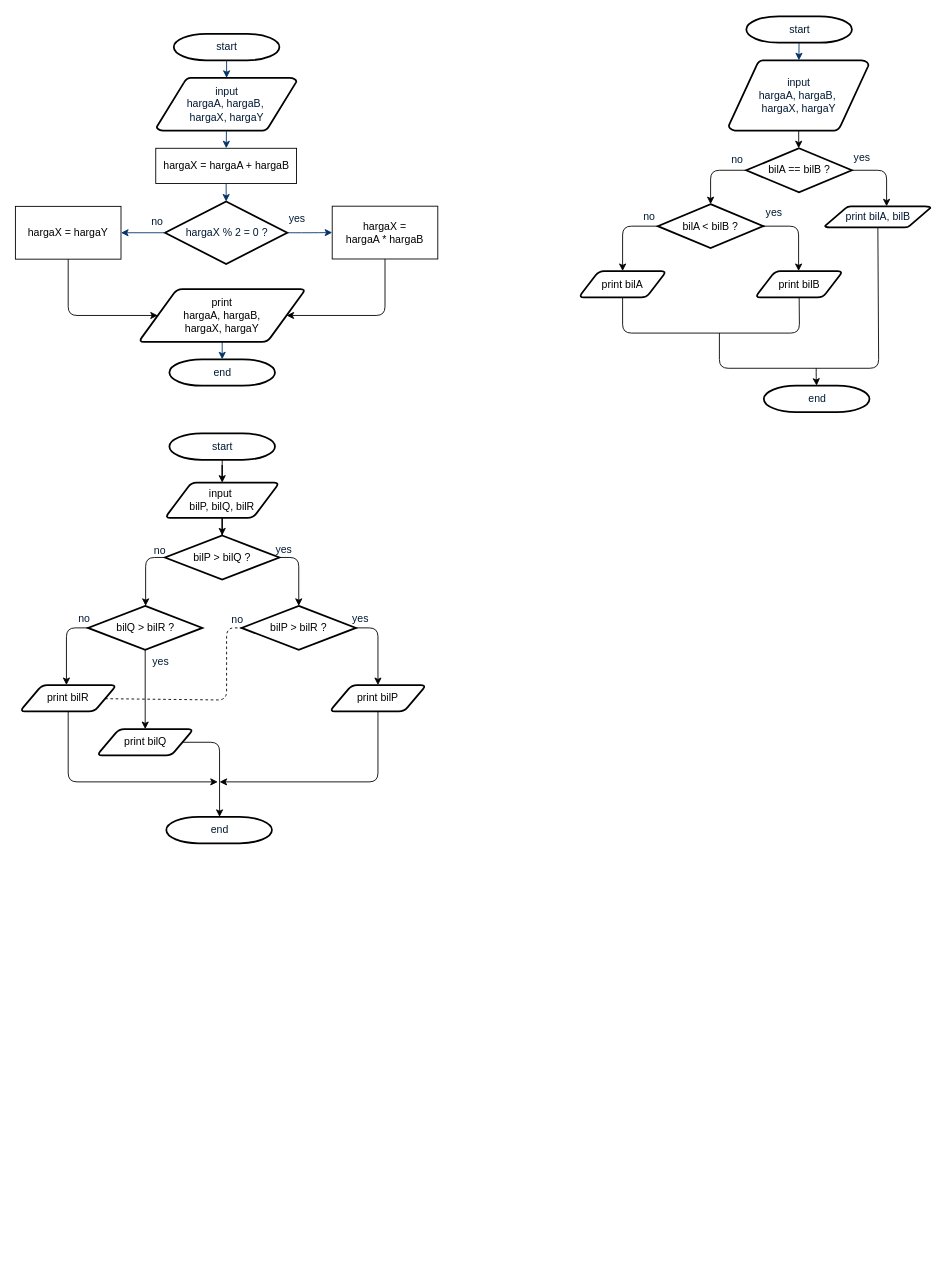
The draw.io diagram Untitled Diagram.drawio in logixode/ProgrammingLanguageInfo_App, before the edit. Source tidied: cells renumbered, new cells numbered last; positions are measured from the earlier drawing's top-left corner, leaving out a move shared by most shapes. Both pictures are drawn from the tidied source at 88%, with x=0, y=0 at pixel (11, 16).
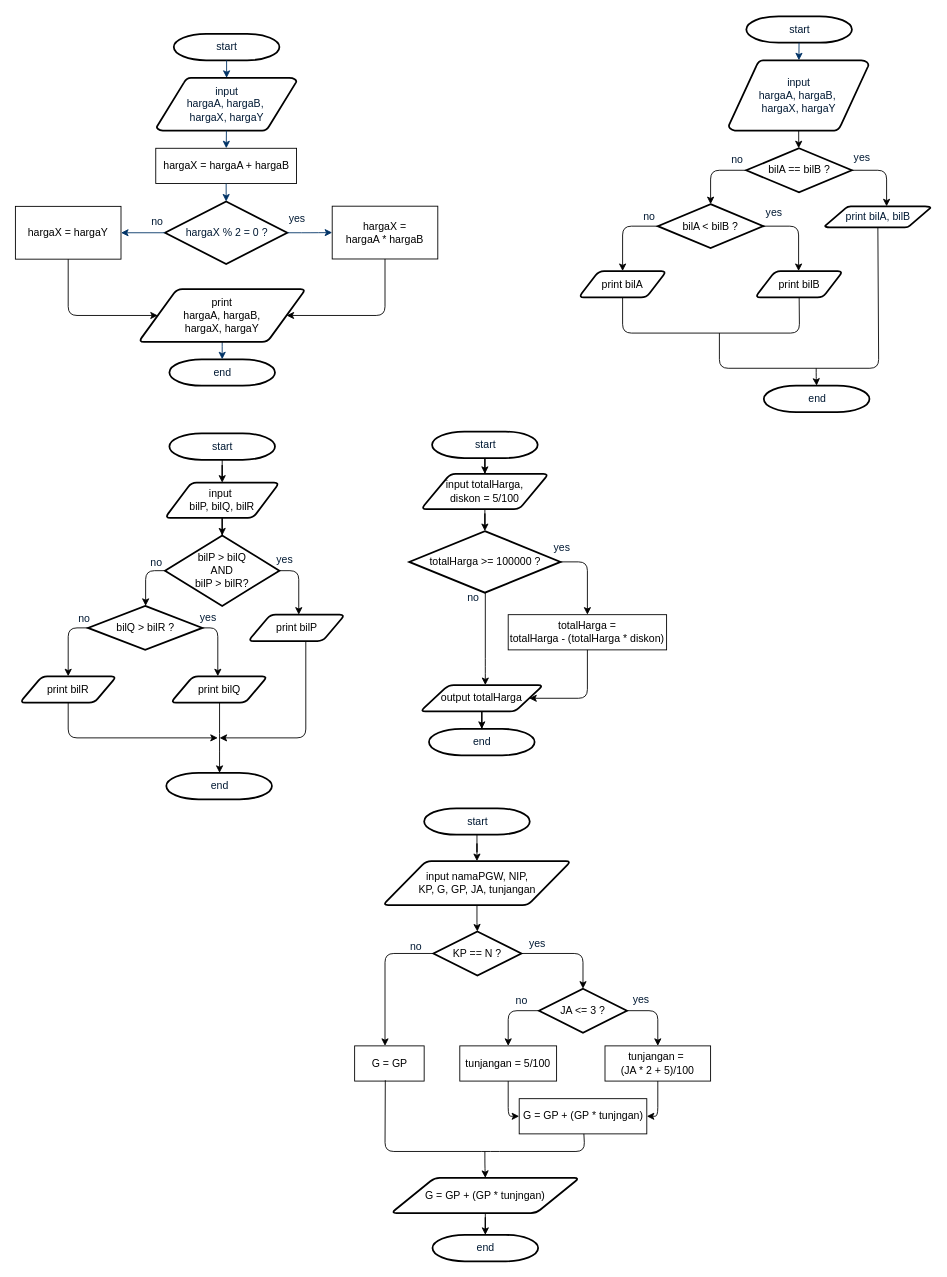
The same page after the edit.

Unchanged cells that the change refers to:
```xml
<mxCell id="50" value="bilQ &amp;gt; bilR ?" style="strokeWidth=2;html=1;shape=mxgraph.flowchart.decision;whiteSpace=wrap;" parent="1" vertex="1">
  <mxGeometry x="87.5" y="670" width="130" height="50" as="geometry" />
</mxCell>
```

Diff of the diagram source:
```diff
@@
     <mxCell id="43" value="end" style="shape=mxgraph.flowchart.terminator;fillColor=#FFFFFF;strokeColor=#000000;strokeWidth=2;gradientColor=none;gradientDirection=north;fontColor=#001933;fontStyle=0;html=1;" parent="1" vertex="1">
-      <mxGeometry x="176.5" y="909.8" width="120" height="30" as="geometry" />
+      <mxGeometry x="176.5" y="859.8" width="120" height="30" as="geometry" />
     </mxCell>
@@
-    <mxCell id="46" value="bilP &amp;gt; bilQ ?" style="strokeWidth=2;html=1;shape=mxgraph.flowchart.decision;whiteSpace=wrap;" parent="1" vertex="1">
-      <mxGeometry x="175" y="590" width="130" height="50" as="geometry" />
+    <mxCell id="46" value="bilP &amp;gt; bilQ &lt;br&gt;AND&lt;br&gt;bilP &amp;gt; bilR?" style="strokeWidth=2;html=1;shape=mxgraph.flowchart.decision;whiteSpace=wrap;" parent="1" vertex="1">
+      <mxGeometry x="175" y="590" width="130" height="80" as="geometry" />
     </mxCell>
     <mxCell id="47" value="yes" style="text;fontColor=#001933;fontStyle=0;html=1;strokeColor=none;gradientColor=none;fillColor=none;strokeWidth=2;" parent="1" vertex="1">
-      <mxGeometry x="298.5" y="592" width="40" height="26" as="geometry" />
+      <mxGeometry x="300" y="604" width="40" height="26" as="geometry" />
     </mxCell>
     <mxCell id="48" value="no" style="text;fontColor=#001933;fontStyle=0;html=1;strokeColor=none;gradientColor=none;fillColor=none;strokeWidth=2;align=center;" parent="1" vertex="1">
-      <mxGeometry x="149" y="593" width="40" height="26" as="geometry" />
+      <mxGeometry x="145" y="607" width="40" height="26" as="geometry" />
     </mxCell>
-    <mxCell id="49" value="bilP &amp;gt; bilR ?" style="strokeWidth=2;html=1;shape=mxgraph.flowchart.decision;whiteSpace=wrap;" parent="1" vertex="1">
-      <mxGeometry x="262" y="670" width="130" height="50" as="geometry" />
-    </mxCell>
@@
     <mxCell id="51" style="edgeStyle=elbowEdgeStyle;elbow=vertical;endArrow=classic;html=1;" parent="1" edge="1" source="46" target="50">
       <mxGeometry relative="1" as="geometry">
         <Array as="points">
+          <mxPoint x="153" y="630" />
           <mxPoint x="153" y="615" />
           <mxPoint x="115" y="615" />
           <mxPoint x="140" y="615" />
           <mxPoint x="100" y="615" />
         </Array>
       </mxGeometry>
     </mxCell>
-    <mxCell id="52" style="edgeStyle=elbowEdgeStyle;elbow=vertical;endArrow=classic;html=1;" parent="1" edge="1" source="46" target="49">
+    <mxCell id="52" style="edgeStyle=elbowEdgeStyle;elbow=vertical;endArrow=classic;html=1;" parent="1" edge="1" source="46" target="55">
       <mxGeometry relative="1" as="geometry">
         <Array as="points">
+          <mxPoint x="327" y="630" />
           <mxPoint x="327" y="615" />
           <mxPoint x="370" y="615" />
           <mxPoint x="395" y="690" />
           <mxPoint x="410" y="615" />
         </Array>
       </mxGeometry>
     </mxCell>
     <mxCell id="53" value="print bilR" style="shape=parallelogram;html=1;strokeWidth=2;perimeter=parallelogramPerimeter;whiteSpace=wrap;rounded=1;arcSize=12;size=0.23;" parent="1" vertex="1">
-      <mxGeometry x="10" y="760" width="110" height="30" as="geometry" />
+      <mxGeometry x="10" y="750" width="110" height="30" as="geometry" />
     </mxCell>
     <mxCell id="54" value="print bilQ" style="shape=parallelogram;html=1;strokeWidth=2;perimeter=parallelogramPerimeter;whiteSpace=wrap;rounded=1;arcSize=12;size=0.23;" parent="1" vertex="1">
-      <mxGeometry x="97.5" y="810" width="110" height="30" as="geometry" />
+      <mxGeometry x="181.5" y="750" width="110" height="30" as="geometry" />
     </mxCell>
     <mxCell id="55" value="print bilP" style="shape=parallelogram;html=1;strokeWidth=2;perimeter=parallelogramPerimeter;whiteSpace=wrap;rounded=1;arcSize=12;size=0.23;" parent="1" vertex="1">
-      <mxGeometry x="362" y="760" width="110" height="30" as="geometry" />
+      <mxGeometry x="269.5" y="680" width="110" height="30" as="geometry" />
     </mxCell>
     <mxCell id="56" value="yes" style="text;fontColor=#001933;fontStyle=0;html=1;strokeColor=none;gradientColor=none;fillColor=none;strokeWidth=2;" parent="1" vertex="1">
-      <mxGeometry x="158.5" y="720" width="40" height="26" as="geometry" />
+      <mxGeometry x="213" y="670" width="40" height="26" as="geometry" />
     </mxCell>
@@
-    <mxCell id="58" value="yes" style="text;fontColor=#001933;fontStyle=0;html=1;strokeColor=none;gradientColor=none;fillColor=none;strokeWidth=2;" parent="1" vertex="1">
-      <mxGeometry x="386" y="671" width="40" height="26" as="geometry" />
-    </mxCell>
-    <mxCell id="59" value="no" style="text;fontColor=#001933;fontStyle=0;html=1;strokeColor=none;gradientColor=none;fillColor=none;strokeWidth=2;align=center;" parent="1" vertex="1">
-      <mxGeometry x="236.5" y="672" width="40" height="26" as="geometry" />
-    </mxCell>
-    <mxCell id="60" style="edgeStyle=elbowEdgeStyle;elbow=vertical;endArrow=classic;html=1;" parent="1" edge="1" source="49" target="55">
-      <mxGeometry relative="1" as="geometry">
-        <Array as="points">
-          <mxPoint x="417" y="695" />
-        </Array>
-      </mxGeometry>
-    </mxCell>
-    <mxCell id="61" style="endArrow=none;dashed=1;html=1;" parent="1" edge="1" source="53" target="49">
-      <mxGeometry relative="1" as="geometry">
-        <Array as="points">
-          <mxPoint x="245" y="777" />
-          <mxPoint x="245" y="695" />
-        </Array>
-      </mxGeometry>
-    </mxCell>
     <mxCell id="62" style="edgeStyle=elbowEdgeStyle;elbow=vertical;endArrow=classic;html=1;" parent="1" edge="1" source="50" target="53">
       <mxGeometry relative="1" as="geometry">
         <Array as="points">
+          <mxPoint x="65" y="695" />
+          <mxPoint x="75" y="695" />
           <mxPoint x="63" y="695" />
           <mxPoint x="26" y="695" />
           <mxPoint x="35" y="695" />
           <mxPoint y="695" />
         </Array>
       </mxGeometry>
     </mxCell>
     <mxCell id="63" style="edgeStyle=elbowEdgeStyle;elbow=vertical;endArrow=classic;html=1;" parent="1" edge="1" source="50" target="54">
       <mxGeometry relative="1" as="geometry">
         <Array as="points">
+          <mxPoint x="235" y="695" />
+          <mxPoint x="235" y="720" />
           <mxPoint x="153" y="720" />
         </Array>
       </mxGeometry>
     </mxCell>
@@
     <mxCell id="65" style="edgeStyle=elbowEdgeStyle;elbow=vertical;endArrow=classic;html=1;" parent="1" edge="1" source="53">
       <mxGeometry relative="1" as="geometry">
-        <mxPoint x="235" y="870" as="targetPoint" />
+        <mxPoint x="235" y="820" as="targetPoint" />
         <Array as="points">
+          <mxPoint x="225" y="820" />
           <mxPoint x="155" y="870" />
           <mxPoint x="145" y="890" />
         </Array>
       </mxGeometry>
     </mxCell>
     <mxCell id="66" style="edgeStyle=elbowEdgeStyle;elbow=vertical;endArrow=classic;html=1;" parent="1" edge="1" source="55">
       <mxGeometry relative="1" as="geometry">
-        <mxPoint x="237" y="870" as="targetPoint" />
+        <mxPoint x="237" y="820" as="targetPoint" />
         <Array as="points">
-          <mxPoint x="335" y="870" />
+          <mxPoint x="335" y="820" />
         </Array>
       </mxGeometry>
     </mxCell>
+    <mxCell id="67" style="edgeStyle=orthogonalEdgeStyle;rounded=0;jettySize=auto;html=1;" parent="1" edge="1" source="68" target="71">
+      <mxGeometry relative="1" as="geometry" />
+    </mxCell>
+    <mxCell id="68" value="start" style="shape=mxgraph.flowchart.terminator;fillColor=#FFFFFF;strokeColor=#000000;strokeWidth=2;gradientColor=none;gradientDirection=north;fontColor=#001933;fontStyle=0;html=1;" parent="1" vertex="1">
+      <mxGeometry x="478.5" y="472" width="120" height="30" as="geometry" />
+    </mxCell>
+    <mxCell id="69" value="end" style="shape=mxgraph.flowchart.terminator;fillColor=#FFFFFF;strokeColor=#000000;strokeWidth=2;gradientColor=none;gradientDirection=north;fontColor=#001933;fontStyle=0;html=1;" parent="1" vertex="1">
+      <mxGeometry x="475" y="809.8" width="120" height="30" as="geometry" />
+    </mxCell>
+    <mxCell id="70" style="edgeStyle=orthogonalEdgeStyle;rounded=0;jettySize=auto;html=1;" parent="1" edge="1" source="71" target="72">
+      <mxGeometry relative="1" as="geometry" />
+    </mxCell>
+    <mxCell id="71" value="input&amp;nbsp;totalHarga,&lt;br&gt;diskon = 5/100" style="shape=parallelogram;html=1;strokeWidth=2;perimeter=parallelogramPerimeter;whiteSpace=wrap;rounded=1;arcSize=12;size=0.23;" parent="1" vertex="1">
+      <mxGeometry x="466" y="520" width="145" height="40" as="geometry" />
+    </mxCell>
+    <mxCell id="72" value="totalHarga &amp;gt;= 100000 ?" style="strokeWidth=2;html=1;shape=mxgraph.flowchart.decision;whiteSpace=wrap;" parent="1" vertex="1">
+      <mxGeometry x="452.5" y="585" width="172" height="70" as="geometry" />
+    </mxCell>
+    <mxCell id="73" style="edgeStyle=elbowEdgeStyle;elbow=vertical;endArrow=classic;html=1;" parent="1" edge="1" source="72">
+      <mxGeometry relative="1" as="geometry">
+        <mxPoint x="539" y="760" as="targetPoint" />
+        <Array as="points">
+          <mxPoint x="539" y="740" />
+          <mxPoint x="539" y="730" />
+          <mxPoint x="425" y="620" />
+          <mxPoint x="435" y="615" />
+          <mxPoint x="415" y="630" />
+          <mxPoint x="405" y="615" />
+          <mxPoint x="453" y="620" />
+          <mxPoint x="453" y="605" />
+          <mxPoint x="415" y="605" />
+          <mxPoint x="440" y="605" />
+          <mxPoint x="400" y="605" />
+        </Array>
+      </mxGeometry>
+    </mxCell>
+    <mxCell id="74" value="no" style="text;fontColor=#001933;fontStyle=0;html=1;strokeColor=none;gradientColor=none;fillColor=none;strokeWidth=2;align=center;" parent="1" vertex="1">
+      <mxGeometry x="505" y="647" width="40" height="26" as="geometry" />
+    </mxCell>
+    <mxCell id="75" value="yes" style="text;fontColor=#001933;fontStyle=0;html=1;strokeColor=none;gradientColor=none;fillColor=none;strokeWidth=2;" parent="1" vertex="1">
+      <mxGeometry x="615" y="590" width="40" height="26" as="geometry" />
+    </mxCell>
+    <mxCell id="76" style="edgeStyle=elbowEdgeStyle;elbow=vertical;endArrow=classic;html=1;" parent="1" edge="1" source="72" target="77">
+      <mxGeometry relative="1" as="geometry">
+        <Array as="points">
+          <mxPoint x="655" y="620" />
+          <mxPoint x="627" y="620" />
+          <mxPoint x="627" y="605" />
+          <mxPoint x="670" y="605" />
+          <mxPoint x="695" y="680" />
+          <mxPoint x="710" y="605" />
+        </Array>
+      </mxGeometry>
+    </mxCell>
+    <mxCell id="77" value="totalHarga = &lt;br&gt;totalHarga - (totalHarga * diskon)" style="rounded=0;whiteSpace=wrap;html=1;" parent="1" vertex="1">
+      <mxGeometry x="565" y="680" width="180" height="40" as="geometry" />
+    </mxCell>
+    <mxCell id="78" style="edgeStyle=orthogonalEdgeStyle;rounded=0;jettySize=auto;html=1;" parent="1" edge="1" source="79" target="69">
+      <mxGeometry relative="1" as="geometry" />
+    </mxCell>
+    <mxCell id="79" value="output totalHarga" style="shape=parallelogram;html=1;strokeWidth=2;perimeter=parallelogramPerimeter;whiteSpace=wrap;rounded=1;arcSize=12;size=0.23;" parent="1" vertex="1">
+      <mxGeometry x="465" y="760" width="140" height="30" as="geometry" />
+    </mxCell>
+    <mxCell id="80" style="edgeStyle=elbowEdgeStyle;elbow=vertical;endArrow=classic;html=1;" parent="1" edge="1" source="77" target="79">
+      <mxGeometry relative="1" as="geometry">
+        <Array as="points">
+          <mxPoint x="655" y="775" />
+        </Array>
+      </mxGeometry>
+    </mxCell>
+    <mxCell id="81" style="edgeStyle=orthogonalEdgeStyle;rounded=0;jettySize=auto;html=1;" parent="1" edge="1" source="82" target="85">
+      <mxGeometry relative="1" as="geometry" />
+    </mxCell>
+    <mxCell id="82" value="start" style="shape=mxgraph.flowchart.terminator;fillColor=#FFFFFF;strokeColor=#000000;strokeWidth=2;gradientColor=none;gradientDirection=north;fontColor=#001933;fontStyle=0;html=1;" parent="1" vertex="1">
+      <mxGeometry x="469.5" y="900" width="120" height="30" as="geometry" />
+    </mxCell>
+    <mxCell id="83" value="end" style="shape=mxgraph.flowchart.terminator;fillColor=#FFFFFF;strokeColor=#000000;strokeWidth=2;gradientColor=none;gradientDirection=north;fontColor=#001933;fontStyle=0;html=1;" parent="1" vertex="1">
+      <mxGeometry x="479" y="1384.8" width="120" height="30" as="geometry" />
+    </mxCell>
+    <mxCell id="84" style="edgeStyle=orthogonalEdgeStyle;rounded=0;jettySize=auto;html=1;" parent="1" edge="1" source="85" target="86">
+      <mxGeometry relative="1" as="geometry" />
+    </mxCell>
+    <mxCell id="85" value="input namaPGW, NIP, &lt;br&gt;KP, G, GP, JA, tunjangan" style="shape=parallelogram;html=1;strokeWidth=2;perimeter=parallelogramPerimeter;whiteSpace=wrap;rounded=1;arcSize=12;size=0.23;" parent="1" vertex="1">
+      <mxGeometry x="422.5" y="960" width="214" height="50" as="geometry" />
+    </mxCell>
+    <mxCell id="86" value="KP == N ?" style="strokeWidth=2;html=1;shape=mxgraph.flowchart.decision;whiteSpace=wrap;" parent="1" vertex="1">
+      <mxGeometry x="480" y="1040" width="100" height="50" as="geometry" />
+    </mxCell>
+    <mxCell id="87" value="yes" style="text;fontColor=#001933;fontStyle=0;html=1;strokeColor=none;gradientColor=none;fillColor=none;strokeWidth=2;" parent="1" vertex="1">
+      <mxGeometry x="587" y="1040" width="40" height="26" as="geometry" />
+    </mxCell>
+    <mxCell id="88" value="no" style="text;fontColor=#001933;fontStyle=0;html=1;strokeColor=none;gradientColor=none;fillColor=none;strokeWidth=2;align=center;" parent="1" vertex="1">
+      <mxGeometry x="440" y="1043" width="40" height="26" as="geometry" />
+    </mxCell>
+    <mxCell id="89" style="edgeStyle=elbowEdgeStyle;elbow=vertical;endArrow=classic;html=1;" parent="1" edge="1" source="86" target="91">
+      <mxGeometry relative="1" as="geometry">
+        <Array as="points">
+          <mxPoint x="425" y="1065" />
+          <mxPoint x="395" y="1065" />
+          <mxPoint x="415" y="1065" />
+          <mxPoint x="445" y="1065" />
+        </Array>
+      </mxGeometry>
+    </mxCell>
+    <mxCell id="90" style="edgeStyle=elbowEdgeStyle;elbow=vertical;endArrow=classic;html=1;" parent="1" edge="1" source="86" target="94">
+      <mxGeometry relative="1" as="geometry">
+        <Array as="points">
+          <mxPoint x="650" y="1065" />
+          <mxPoint x="615" y="1065" />
+        </Array>
+      </mxGeometry>
+    </mxCell>
+    <mxCell id="91" value="G = GP" style="rounded=0;whiteSpace=wrap;html=1;" parent="1" vertex="1">
+      <mxGeometry x="390.5" y="1170" width="79" height="40" as="geometry" />
+    </mxCell>
+    <mxCell id="92" style="edgeStyle=elbowEdgeStyle;elbow=vertical;endArrow=classic;html=1;" parent="1" edge="1" source="94" target="98">
+      <mxGeometry relative="1" as="geometry">
+        <Array as="points">
+          <mxPoint x="565" y="1130" />
+          <mxPoint x="545" y="1135" />
+          <mxPoint x="515" y="1135" />
+          <mxPoint x="535" y="1135" />
+          <mxPoint x="565" y="1135" />
+        </Array>
+      </mxGeometry>
+    </mxCell>
+    <mxCell id="93" value="no" style="text;fontColor=#001933;fontStyle=0;html=1;strokeColor=none;gradientColor=none;fillColor=none;strokeWidth=2;align=center;" parent="1" vertex="1">
+      <mxGeometry x="560" y="1105" width="40" height="26" as="geometry" />
+    </mxCell>
+    <mxCell id="94" value="JA &amp;lt;= 3 ?" style="strokeWidth=2;html=1;shape=mxgraph.flowchart.decision;whiteSpace=wrap;" parent="1" vertex="1">
+      <mxGeometry x="600" y="1105" width="100" height="50" as="geometry" />
+    </mxCell>
+    <mxCell id="95" value="yes" style="text;fontColor=#001933;fontStyle=0;html=1;strokeColor=none;gradientColor=none;fillColor=none;strokeWidth=2;" parent="1" vertex="1">
+      <mxGeometry x="705" y="1104" width="40" height="26" as="geometry" />
+    </mxCell>
+    <mxCell id="96" style="edgeStyle=elbowEdgeStyle;elbow=vertical;endArrow=classic;html=1;" parent="1" edge="1" source="94" target="97">
+      <mxGeometry relative="1" as="geometry">
+        <Array as="points">
+          <mxPoint x="735" y="1130" />
+          <mxPoint x="725" y="1130" />
+          <mxPoint x="735" y="1135" />
+        </Array>
+      </mxGeometry>
+    </mxCell>
+    <mxCell id="97" value="tunjangan =&amp;nbsp;&lt;br&gt;(JA * 2 + 5)/100" style="rounded=0;whiteSpace=wrap;html=1;" parent="1" vertex="1">
+      <mxGeometry x="675" y="1170" width="120" height="40" as="geometry" />
+    </mxCell>
+    <mxCell id="98" value="tunjangan =&amp;nbsp;5/100" style="rounded=0;whiteSpace=wrap;html=1;" parent="1" vertex="1">
+      <mxGeometry x="510" y="1170" width="110" height="40" as="geometry" />
+    </mxCell>
+    <mxCell id="99" style="edgeStyle=elbowEdgeStyle;elbow=vertical;endArrow=classic;html=1;" parent="1" edge="1" source="98" target="103">
+      <mxGeometry relative="1" as="geometry">
+        <Array as="points">
+          <mxPoint x="565" y="1250" />
+        </Array>
+      </mxGeometry>
+    </mxCell>
+    <mxCell id="100" style="edgeStyle=elbowEdgeStyle;elbow=vertical;endArrow=classic;html=1;" parent="1" edge="1" source="97" target="103">
+      <mxGeometry relative="1" as="geometry">
+        <Array as="points">
+          <mxPoint x="735" y="1250" />
+          <mxPoint x="725" y="1260" />
+        </Array>
+      </mxGeometry>
+    </mxCell>
+    <mxCell id="101" style="edgeStyle=orthogonalEdgeStyle;rounded=0;jettySize=auto;html=1;" parent="1" edge="1" source="102" target="83">
+      <mxGeometry relative="1" as="geometry" />
+    </mxCell>
+    <mxCell id="102" value="G = GP + (GP * tunjngan)" style="shape=parallelogram;html=1;strokeWidth=2;perimeter=parallelogramPerimeter;whiteSpace=wrap;rounded=1;arcSize=12;size=0.23;" parent="1" vertex="1">
+      <mxGeometry x="432" y="1320" width="214" height="40" as="geometry" />
+    </mxCell>
+    <mxCell id="103" value="G = GP + (GP * tunjngan)" style="rounded=0;whiteSpace=wrap;html=1;" parent="1" vertex="1">
+      <mxGeometry x="577.5" y="1230" width="145" height="40" as="geometry" />
+    </mxCell>
+    <mxCell id="104" style="endArrow=none;html=1;exitX=0.441;exitY=0.977;exitDx=0;exitDy=0;exitPerimeter=0;" parent="1" edge="1" source="91" target="103">
+      <mxGeometry relative="1" as="geometry">
+        <Array as="points">
+          <mxPoint x="425" y="1290" />
+          <mxPoint x="545" y="1290" />
+          <mxPoint x="652" y="1290" />
+        </Array>
+      </mxGeometry>
+    </mxCell>
+    <mxCell id="105" style="edgeStyle=elbowEdgeStyle;elbow=vertical;endArrow=classic;html=1;" parent="1" edge="1" target="102">
+      <mxGeometry relative="1" as="geometry">
+        <mxPoint x="538.5" y="1290" as="sourcePoint" />
+      </mxGeometry>
+    </mxCell>
```
